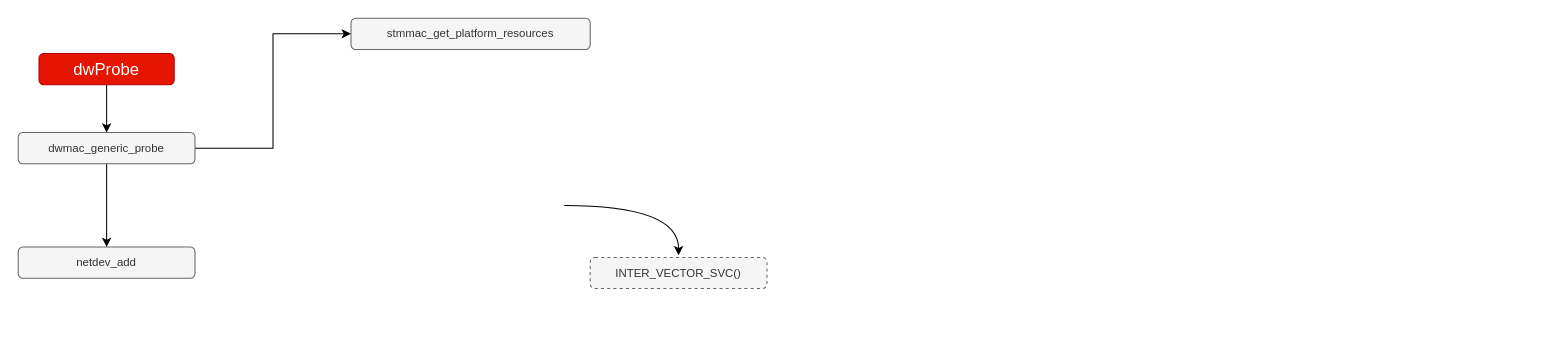
The draw.io diagram draw/dwmac.drawio in peng-fan/drawio, before the edit. Source tidied: cells renumbered, new cells numbered last; positions are measured from the earlier drawing's top-left corner, leaving out a move shared by most shapes. Both pictures are drawn from the tidied source at 104%, with x=0, y=0 at pixel (18, 18).
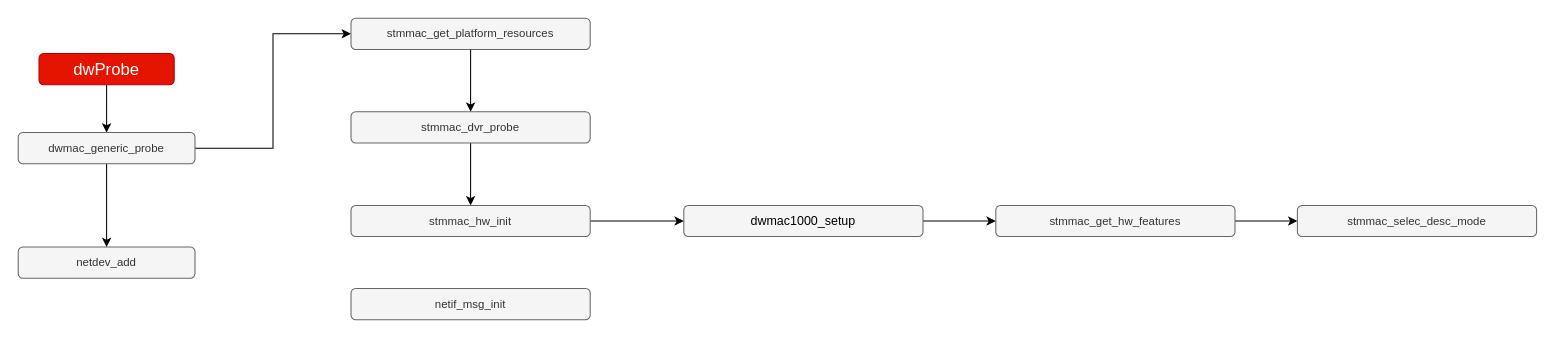
The same diagram, later.

Diff of the diagram source:
```diff
@@
 <mxGraphModel>
   <root>
     <mxCell id="0" />
     <mxCell id="1" parent="0" />
     <mxCell id="2" style="edgeStyle=orthogonalEdgeStyle;rounded=0;jettySize=auto;html=1;" parent="1" edge="1" source="3" target="7">
       <mxGeometry relative="1" as="geometry" />
     </mxCell>
     <mxCell id="3" value="dwProbe" style="rounded=1;whiteSpace=wrap;html=1;labelBackgroundColor=none;strokeColor=#B20000;fillColor=#e51400;fontSize=16;align=center;fontColor=#ffffff;" parent="1" vertex="1">
       <mxGeometry x="20" y="34" width="130" height="30" as="geometry" />
     </mxCell>
     <mxCell id="4" value="&lt;span style=&quot;font-size: 11px&quot;&gt;netdev_add&lt;/span&gt;" style="rounded=1;whiteSpace=wrap;html=1;labelBackgroundColor=none;strokeColor=#666666;fillColor=#f5f5f5;fontSize=11;fontColor=#333333;align=center;" parent="1" vertex="1">
       <mxGeometry y="220" width="170" height="30" as="geometry" />
     </mxCell>
     <mxCell id="5" style="edgeStyle=orthogonalEdgeStyle;rounded=0;jettySize=auto;html=1;entryX=0.5;entryY=0;entryDx=0;entryDy=0;" parent="1" edge="1" source="7" target="4">
       <mxGeometry relative="1" as="geometry" />
     </mxCell>
     <mxCell id="6" style="edgeStyle=orthogonalEdgeStyle;rounded=0;jettySize=auto;html=1;entryX=0;entryY=0.5;entryDx=0;entryDy=0;" parent="1" edge="1" source="7" target="10">
       <mxGeometry relative="1" as="geometry" />
     </mxCell>
     <mxCell id="7" value="&lt;span style=&quot;font-size: 11px&quot;&gt;dwmac_generic_probe&lt;/span&gt;" style="rounded=1;whiteSpace=wrap;html=1;labelBackgroundColor=none;strokeColor=#666666;fillColor=#f5f5f5;fontSize=11;fontColor=#333333;align=center;" parent="1" vertex="1">
       <mxGeometry y="110" width="170" height="30" as="geometry" />
     </mxCell>
-    <mxCell id="8" value="&lt;span style=&quot;font-size: 11px&quot;&gt;INTER_VECTOR_SVC()&lt;/span&gt;" style="rounded=1;whiteSpace=wrap;html=1;labelBackgroundColor=none;strokeColor=#666666;fillColor=#f5f5f5;fontSize=11;fontColor=#333333;align=center;dashed=1;" parent="1" vertex="1">
-      <mxGeometry x="550" y="230" width="170" height="30" as="geometry" />
-    </mxCell>
-    <mxCell id="9" style="edgeStyle=elbowEdgeStyle;elbow=vertical;endArrow=classic;html=1;gradientColor=#ffffff;fontSize=15;exitX=1;exitY=0.5;exitDx=0;exitDy=0;entryX=0.588;entryY=-0.067;entryDx=0;entryDy=0;entryPerimeter=0;curved=1;" parent="1" edge="1">
-      <mxGeometry relative="1" as="geometry">
-        <mxPoint x="525" y="180" as="sourcePoint" />
-        <mxPoint x="635" y="228" as="targetPoint" />
-        <Array as="points">
-          <mxPoint x="595" y="180" />
-        </Array>
-      </mxGeometry>
-    </mxCell>
+    <mxCell id="11" style="edgeStyle=orthogonalEdgeStyle;rounded=0;jettySize=auto;html=1;entryX=0.5;entryY=0;entryDx=0;entryDy=0;" parent="1" edge="1" source="10" target="13">
+      <mxGeometry relative="1" as="geometry" />
+    </mxCell>
     <mxCell id="10" value="&lt;span style=&quot;font-size: 11px&quot;&gt;stmmac_get_platform_resources&lt;/span&gt;" style="rounded=1;whiteSpace=wrap;html=1;labelBackgroundColor=none;strokeColor=#666666;fillColor=#f5f5f5;fontSize=11;fontColor=#333333;align=center;" parent="1" vertex="1">
       <mxGeometry x="320" width="230" height="30" as="geometry" />
     </mxCell>
+    <mxCell id="12" style="edgeStyle=orthogonalEdgeStyle;rounded=0;jettySize=auto;html=1;entryX=0.5;entryY=0;entryDx=0;entryDy=0;" parent="1" edge="1" source="13" target="15">
+      <mxGeometry relative="1" as="geometry" />
+    </mxCell>
+    <mxCell id="13" value="&lt;span style=&quot;font-size: 11px&quot;&gt;stmmac_dvr_probe&lt;/span&gt;" style="rounded=1;whiteSpace=wrap;html=1;labelBackgroundColor=none;strokeColor=#666666;fillColor=#f5f5f5;fontSize=11;fontColor=#333333;align=center;" parent="1" vertex="1">
+      <mxGeometry x="320" y="90" width="230" height="30" as="geometry" />
+    </mxCell>
+    <mxCell id="14" style="edgeStyle=orthogonalEdgeStyle;rounded=0;jettySize=auto;html=1;" parent="1" edge="1" source="15" target="17">
+      <mxGeometry relative="1" as="geometry" />
+    </mxCell>
+    <mxCell id="15" value="&lt;span style=&quot;font-size: 11px&quot;&gt;stmmac_hw_init&lt;/span&gt;" style="rounded=1;whiteSpace=wrap;html=1;labelBackgroundColor=none;strokeColor=#666666;fillColor=#f5f5f5;fontSize=11;fontColor=#333333;align=center;" parent="1" vertex="1">
+      <mxGeometry x="320" y="180" width="230" height="30" as="geometry" />
+    </mxCell>
+    <mxCell id="16" style="edgeStyle=orthogonalEdgeStyle;rounded=0;jettySize=auto;html=1;" parent="1" edge="1" source="17" target="19">
+      <mxGeometry relative="1" as="geometry" />
+    </mxCell>
+    <mxCell id="17" value="&lt;span style=&quot;color: rgb(0 , 0 , 0) ; font-size: 12px ; text-align: left&quot;&gt;dwmac1000_setup&lt;/span&gt;" style="rounded=1;whiteSpace=wrap;html=1;labelBackgroundColor=none;strokeColor=#666666;fillColor=#f5f5f5;fontSize=11;fontColor=#333333;align=center;" parent="1" vertex="1">
+      <mxGeometry x="640" y="180" width="230" height="30" as="geometry" />
+    </mxCell>
+    <mxCell id="18" style="edgeStyle=orthogonalEdgeStyle;rounded=0;jettySize=auto;html=1;" parent="1" edge="1" source="19" target="20">
+      <mxGeometry relative="1" as="geometry" />
+    </mxCell>
+    <mxCell id="19" value="&lt;span style=&quot;font-size: 11px&quot;&gt;stmmac_get_hw_features&lt;/span&gt;" style="rounded=1;whiteSpace=wrap;html=1;labelBackgroundColor=none;strokeColor=#666666;fillColor=#f5f5f5;fontSize=11;fontColor=#333333;align=center;" parent="1" vertex="1">
+      <mxGeometry x="940" y="180" width="230" height="30" as="geometry" />
+    </mxCell>
+    <mxCell id="20" value="&lt;span style=&quot;font-size: 11px&quot;&gt;stmmac_selec_desc_mode&lt;/span&gt;" style="rounded=1;whiteSpace=wrap;html=1;labelBackgroundColor=none;strokeColor=#666666;fillColor=#f5f5f5;fontSize=11;fontColor=#333333;align=center;" parent="1" vertex="1">
+      <mxGeometry x="1230" y="180" width="230" height="30" as="geometry" />
+    </mxCell>
+    <mxCell id="21" value="&lt;span style=&quot;font-size: 11px&quot;&gt;netif_msg_init&lt;/span&gt;" style="rounded=1;whiteSpace=wrap;html=1;labelBackgroundColor=none;strokeColor=#666666;fillColor=#f5f5f5;fontSize=11;fontColor=#333333;align=center;" parent="1" vertex="1">
+      <mxGeometry x="320" y="260" width="230" height="30" as="geometry" />
+    </mxCell>
   </root>
 </mxGraphModel>
```
